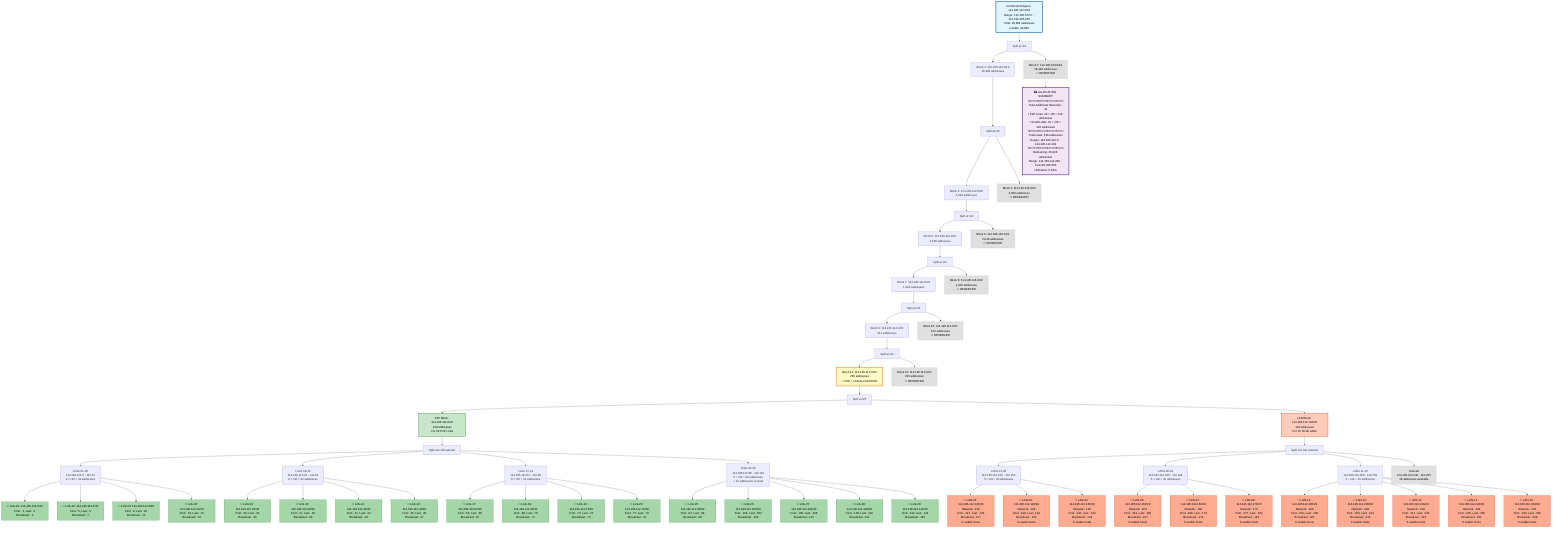
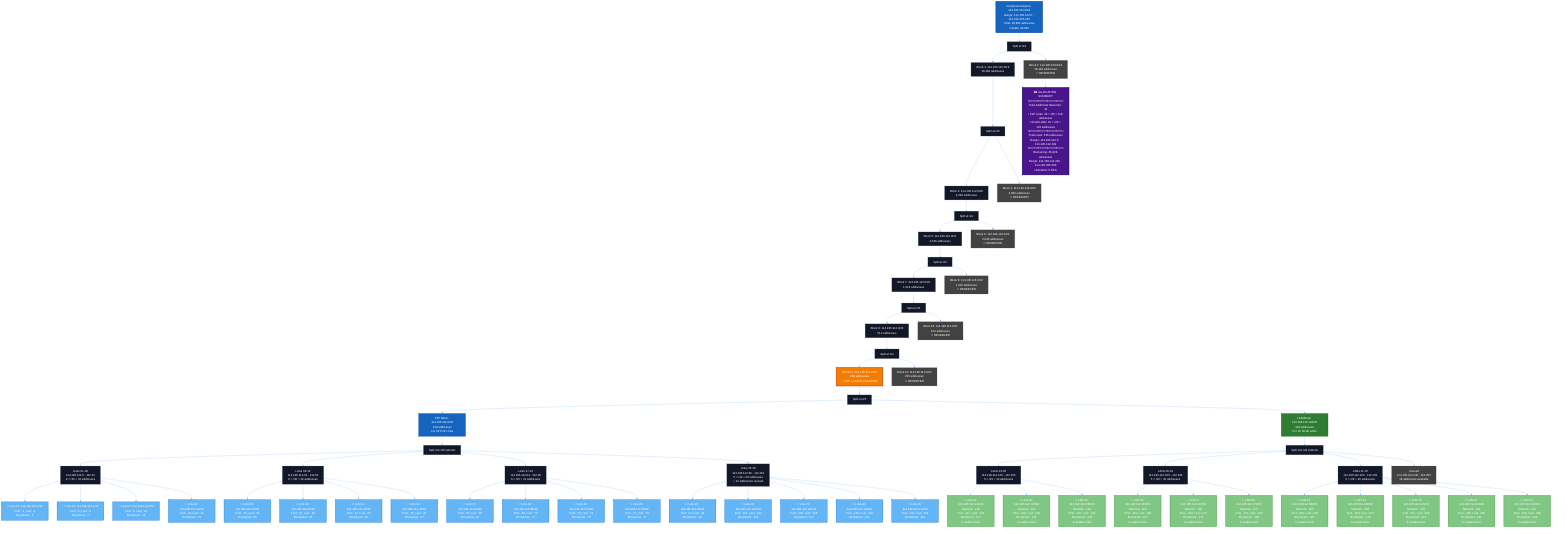
+ %%{init: {'theme':'dark', 'themeVariables': {'primaryColor':'#00695c','primaryTextColor':'#ffffff','primaryBorderColor':'#003d33','lineColor':'#60a5fa','secondaryColor':'#4a148c','tertiaryColor':'#1565c0','background':'#0a0e27','mainBkg':'#131829','secondBkg':'#0a0e27','textColor':'#f8fafc','border1':'#94a3b8','border2':'#60a5fa','noteBkgColor':'#1a237e','noteTextColor':'#ffffff','noteBorderColor':'#000051','actorBorder':'#a78bfa','actorBkg':'#00695c','actorTextColor':'#ffffff','actorLineColor':'#003d33','signalColor':'#22d3ee','signalTextColor':'#000000','labelBoxBkgColor':'#4a148c','labelBoxBorderColor':'#12005e','labelTextColor':'#ffffff','loopTextColor':'#f8fafc','activationBorderColor':'#a78bfa','activationBkgColor':'#1565c0','sequenceNumberColor':'#000000','sectionBkgColor':'#2e7d32','altBkgColor':'#1565c0','clusterBkg':'#4a148c','clusterBorder':'#12005e','defaultLinkColor':'#60a5fa','titleColor':'#a78bfa','edgeLabelBackground':'#131829','compositeTitleBackground':'#0a0e27','compositeBackground':'#131829'}}}%%
graph TD
    Root["Unallocated Space: 114.195.112.0/18<br/>Range: 114.195.112.0 - 114.195.255.255<br/>Total: 36,864 addresses<br/>Usable: 36,862"]

    Root --> Split1["Split at /19"]

    Split1 --> Block1["Block 1: 114.195.112.0/19<br/>16,384 addresses"]
    Split1 --> Block2["Block 2: 114.195.128.0/19<br/>16,384 addresses<br/>🔵 RESERVED"]

    Block1 --> Split2["Split at /20"]

    Split2 --> Block3["Block 3: 114.195.112.0/20<br/>4,096 addresses"]
    Split2 --> Block4["Block 4: 114.195.128.0/20<br/>4,096 addresses<br/>🔵 RESERVED"]

    Block3 --> Split3["Split at /21"]

    Split3 --> Block5["Block 5: 114.195.112.0/21<br/>2,048 addresses"]
    Split3 --> Block6["Block 6: 114.195.120.0/21<br/>2,048 addresses<br/>🔵 RESERVED"]

    Block5 --> Split4["Split at /22"]

    Split4 --> Block7["Block 7: 114.195.112.0/22<br/>1,024 addresses"]
    Split4 --> Block8["Block 8: 114.195.116.0/22<br/>1,024 addresses<br/>🔵 RESERVED"]

    Block7 --> Split5["Split at /23"]

    Split5 --> Block9["Block 9: 114.195.112.0/23<br/>512 addresses"]
    Split5 --> Block10["Block 10: 114.195.114.0/23<br/>512 addresses<br/>🔵 RESERVED"]

    Block9 --> Split6["Split at /24"]

    Split6 --> Block11["Block 11: 114.195.112.0/24<br/>256 addresses<br/>🎯 P2P + LAN ALLOCATION"]
    Split6 --> Block12["Block 12: 114.195.113.0/24<br/>256 addresses<br/>🔵 RESERVED"]

    Block11 --> Split7["Split at /25"]

    Split7 --> P2PBlock["P2P Block: 114.195.112.0/25<br/>128 addresses<br/>For 29 P2P Links"]
    Split7 --> LANBlock["LAN Block: 114.195.112.128/25<br/>128 addresses<br/>For 15 Small LANs"]

    %% P2P Links Breakdown
    P2PBlock --> P2P_Split1["Split into /30 subnets"]

    P2P_Split1 --> P2P_Group1["Links 01-08<br/>114.195.112.0 - 112.31<br/>8 × /30 = 32 addresses"]
    P2P_Split1 --> P2P_Group2["Links 09-16<br/>114.195.112.32 - 112.63<br/>8 × /30 = 32 addresses"]
    P2P_Split1 --> P2P_Group3["Links 17-24<br/>114.195.112.64 - 112.95<br/>8 × /30 = 32 addresses"]
    P2P_Split1 --> P2P_Group4["Links 25-29<br/>114.195.112.96 - 112.115<br/>5 × /30 = 20 addresses<br/>+ 12 addresses unused"]

    %% P2P Details - Group 1
    P2P_Group1 --> Link01["🔗 Link-01: 114.195.112.0/30<br/>First: .1, Last: .2<br/>Broadcast: .3"]
    P2P_Group1 --> Link02["🔗 Link-02: 114.195.112.4/30<br/>First: .5, Last: .6<br/>Broadcast: .7"]
    P2P_Group1 --> Link03["🔗 Link-03: 114.195.112.8/30<br/>First: .9, Last: .10<br/>Broadcast: .11"]
    P2P_Group1 --> Link04["🔗 Link-04: 114.195.112.12/30<br/>First: .13, Last: .14<br/>Broadcast: .15"]

    %% P2P Details - Group 2
    P2P_Group2 --> Link09["🔗 Link-09: 114.195.112.32/30<br/>First: .33, Last: .34<br/>Broadcast: .35"]
    P2P_Group2 --> Link10["🔗 Link-10: 114.195.112.36/30<br/>First: .37, Last: .38<br/>Broadcast: .39"]
    P2P_Group2 --> Link11["🔗 Link-11: 114.195.112.40/30<br/>First: .41, Last: .42<br/>Broadcast: .43"]
    P2P_Group2 --> Link12["🔗 Link-12: 114.195.112.44/30<br/>First: .45, Last: .46<br/>Broadcast: .47"]

    %% P2P Details - Group 3
    P2P_Group3 --> Link17["🔗 Link-17: 114.195.112.64/30<br/>First: .65, Last: .66<br/>Broadcast: .67"]
    P2P_Group3 --> Link18["🔗 Link-18: 114.195.112.68/30<br/>First: .69, Last: .70<br/>Broadcast: .71"]
    P2P_Group3 --> Link19["🔗 Link-19: 114.195.112.72/30<br/>First: .73, Last: .74<br/>Broadcast: .75"]
    P2P_Group3 --> Link20["🔗 Link-20: 114.195.112.76/30<br/>First: .77, Last: .78<br/>Broadcast: .79"]

    %% P2P Details - Group 4
    P2P_Group4 --> Link25["🔗 Link-25: 114.195.112.96/30<br/>First: .97, Last: .98<br/>Broadcast: .99"]
    P2P_Group4 --> Link26["🔗 Link-26: 114.195.112.100/30<br/>First: .101, Last: .102<br/>Broadcast: .103"]
    P2P_Group4 --> Link27["🔗 Link-27: 114.195.112.104/30<br/>First: .105, Last: .106<br/>Broadcast: .107"]
    P2P_Group4 --> Link28["🔗 Link-28: 114.195.112.108/30<br/>First: .109, Last: .110<br/>Broadcast: .111"]
    P2P_Group4 --> Link29["🔗 Link-29: 114.195.112.112/30<br/>First: .113, Last: .114<br/>Broadcast: .115"]

    %% LAN Networks Breakdown
    LANBlock --> LAN_Split1["Split into /29 subnets"]

    LAN_Split1 --> LAN_Group1["LANs 01-05<br/>114.195.112.120 - 112.159<br/>5 × /29 = 40 addresses"]
    LAN_Split1 --> LAN_Group2["LANs 06-10<br/>114.195.112.160 - 112.199<br/>5 × /29 = 40 addresses"]
    LAN_Split1 --> LAN_Group3["LANs 11-15<br/>114.195.112.200 - 112.239<br/>5 × /29 = 40 addresses"]
    LAN_Split1 --> LAN_Unused["Unused<br/>114.195.112.240 - 112.255<br/>16 addresses available"]

    %% LAN Details - Group 1
    LAN_Group1 --> LAN01["🏢 LAN-01: 114.195.112.120/29<br/>Network: .120<br/>First: .121, Last: .126<br/>Broadcast: .127<br/>6 usable hosts"]
    LAN_Group1 --> LAN02["🏢 LAN-02: 114.195.112.128/29<br/>Network: .128<br/>First: .129, Last: .134<br/>Broadcast: .135<br/>6 usable hosts"]
    LAN_Group1 --> LAN03["🏢 LAN-03: 114.195.112.136/29<br/>Network: .136<br/>First: .137, Last: .142<br/>Broadcast: .143<br/>6 usable hosts"]

    %% LAN Details - Group 2
    LAN_Group2 --> LAN06["🏢 LAN-06: 114.195.112.160/29<br/>Network: .160<br/>First: .161, Last: .166<br/>Broadcast: .167<br/>6 usable hosts"]
    LAN_Group2 --> LAN07["🏢 LAN-07: 114.195.112.168/29<br/>Network: .168<br/>First: .169, Last: .174<br/>Broadcast: .175<br/>6 usable hosts"]
    LAN_Group2 --> LAN08["🏢 LAN-08: 114.195.112.176/29<br/>Network: .176<br/>First: .177, Last: .182<br/>Broadcast: .183<br/>6 usable hosts"]

    %% LAN Details - Group 3
    LAN_Group3 --> LAN11["🏢 LAN-11: 114.195.112.200/29<br/>Network: .200<br/>First: .201, Last: .206<br/>Broadcast: .207<br/>6 usable hosts"]
    LAN_Group3 --> LAN12["🏢 LAN-12: 114.195.112.208/29<br/>Network: .208<br/>First: .209, Last: .214<br/>Broadcast: .215<br/>6 usable hosts"]
    LAN_Group3 --> LAN13["🏢 LAN-13: 114.195.112.216/29<br/>Network: .216<br/>First: .217, Last: .222<br/>Broadcast: .223<br/>6 usable hosts"]
    LAN_Group3 --> LAN14["🏢 LAN-14: 114.195.112.224/29<br/>Network: .224<br/>First: .225, Last: .230<br/>Broadcast: .231<br/>6 usable hosts"]
    LAN_Group3 --> LAN15["🏢 LAN-15: 114.195.112.232/29<br/>Network: .232<br/>First: .233, Last: .238<br/>Broadcast: .239<br/>6 usable hosts"]

    %% Summary Box
    Block2 -.-> Summary["📊 ALLOCATION SUMMARY<br/>━━━━━━━━━━━━━━━━━━━━<br/>Total Additional Networks: 44<br/>• P2P Links: 29 × /30 = 116 addresses<br/>• Small LANs: 15 × /29 = 120 addresses<br/>━━━━━━━━━━━━━━━━━━━━<br/>Total Used: 236 addresses<br/>Range: 114.195.112.0 - 114.195.112.239<br/>━━━━━━━━━━━━━━━━━━━━<br/>Remaining: 36,628 addresses<br/>Range: 114.195.112.240 - 114.195.255.255<br/>Utilization: 0.64%"]

-     style Root fill:#e1f5ff,stroke:#01579b,stroke-width:3px,color:#000
-     style Block11 fill:#fff9c4,stroke:#f57f17,stroke-width:3px,color:#000
-     style P2PBlock fill:#c8e6c9,stroke:#2e7d32,stroke-width:2px,color:#000
-     style LANBlock fill:#ffccbc,stroke:#d84315,stroke-width:2px,color:#000
-     style Summary fill:#f3e5f5,stroke:#4a148c,stroke-width:3px,color:#000
+     style Root fill:#1565c0,stroke:#0d47a1,stroke-width:3px,color:#fff
+     style Block11 fill:#f57c00,stroke:#bf360c,stroke-width:3px,color:#fff
+     style P2PBlock fill:#1565c0,stroke:#0d47a1,stroke-width:2px,color:#fff
+     style LANBlock fill:#2e7d32,stroke:#1b5e20,stroke-width:2px,color:#fff
+     style Summary fill:#4a148c,stroke:#12005e,stroke-width:3px,color:#fff

-     style Link01 fill:#a5d6a7,stroke:#2e7d32,color:#000
-     style Link02 fill:#a5d6a7,stroke:#2e7d32,color:#000
-     style Link03 fill:#a5d6a7,stroke:#2e7d32,color:#000
-     style Link04 fill:#a5d6a7,stroke:#2e7d32,color:#000
-     style Link09 fill:#a5d6a7,stroke:#2e7d32,color:#000
-     style Link10 fill:#a5d6a7,stroke:#2e7d32,color:#000
-     style Link11 fill:#a5d6a7,stroke:#2e7d32,color:#000
-     style Link12 fill:#a5d6a7,stroke:#2e7d32,color:#000
-     style Link17 fill:#a5d6a7,stroke:#2e7d32,color:#000
-     style Link18 fill:#a5d6a7,stroke:#2e7d32,color:#000
-     style Link19 fill:#a5d6a7,stroke:#2e7d32,color:#000
-     style Link20 fill:#a5d6a7,stroke:#2e7d32,color:#000
-     style Link25 fill:#a5d6a7,stroke:#2e7d32,color:#000
-     style Link26 fill:#a5d6a7,stroke:#2e7d32,color:#000
-     style Link27 fill:#a5d6a7,stroke:#2e7d32,color:#000
-     style Link28 fill:#a5d6a7,stroke:#2e7d32,color:#000
-     style Link29 fill:#a5d6a7,stroke:#2e7d32,color:#000
+     style Link01 fill:#64b5f6,stroke:#1976d2,stroke-width:2px,color:#fff
+     style Link02 fill:#64b5f6,stroke:#1976d2,stroke-width:2px,color:#fff
+     style Link03 fill:#64b5f6,stroke:#1976d2,stroke-width:2px,color:#fff
+     style Link04 fill:#64b5f6,stroke:#1976d2,stroke-width:2px,color:#fff
+     style Link09 fill:#64b5f6,stroke:#1976d2,stroke-width:2px,color:#fff
+     style Link10 fill:#64b5f6,stroke:#1976d2,stroke-width:2px,color:#fff
+     style Link11 fill:#64b5f6,stroke:#1976d2,stroke-width:2px,color:#fff
+     style Link12 fill:#64b5f6,stroke:#1976d2,stroke-width:2px,color:#fff
+     style Link17 fill:#64b5f6,stroke:#1976d2,stroke-width:2px,color:#fff
+     style Link18 fill:#64b5f6,stroke:#1976d2,stroke-width:2px,color:#fff
+     style Link19 fill:#64b5f6,stroke:#1976d2,stroke-width:2px,color:#fff
+     style Link20 fill:#64b5f6,stroke:#1976d2,stroke-width:2px,color:#fff
+     style Link25 fill:#64b5f6,stroke:#1976d2,stroke-width:2px,color:#fff
+     style Link26 fill:#64b5f6,stroke:#1976d2,stroke-width:2px,color:#fff
+     style Link27 fill:#64b5f6,stroke:#1976d2,stroke-width:2px,color:#fff
+     style Link28 fill:#64b5f6,stroke:#1976d2,stroke-width:2px,color:#fff
+     style Link29 fill:#64b5f6,stroke:#1976d2,stroke-width:2px,color:#fff

-     style LAN01 fill:#ffab91,stroke:#d84315,color:#000
-     style LAN02 fill:#ffab91,stroke:#d84315,color:#000
-     style LAN03 fill:#ffab91,stroke:#d84315,color:#000
-     style LAN06 fill:#ffab91,stroke:#d84315,color:#000
-     style LAN07 fill:#ffab91,stroke:#d84315,color:#000
-     style LAN08 fill:#ffab91,stroke:#d84315,color:#000
-     style LAN11 fill:#ffab91,stroke:#d84315,color:#000
-     style LAN12 fill:#ffab91,stroke:#d84315,color:#000
-     style LAN13 fill:#ffab91,stroke:#d84315,color:#000
-     style LAN14 fill:#ffab91,stroke:#d84315,color:#000
-     style LAN15 fill:#ffab91,stroke:#d84315,color:#000
+     style LAN01 fill:#81c784,stroke:#388e3c,stroke-width:2px,color:#fff
+     style LAN02 fill:#81c784,stroke:#388e3c,stroke-width:2px,color:#fff
+     style LAN03 fill:#81c784,stroke:#388e3c,stroke-width:2px,color:#fff
+     style LAN06 fill:#81c784,stroke:#388e3c,stroke-width:2px,color:#fff
+     style LAN07 fill:#81c784,stroke:#388e3c,stroke-width:2px,color:#fff
+     style LAN08 fill:#81c784,stroke:#388e3c,stroke-width:2px,color:#fff
+     style LAN11 fill:#81c784,stroke:#388e3c,stroke-width:2px,color:#fff
+     style LAN12 fill:#81c784,stroke:#388e3c,stroke-width:2px,color:#fff
+     style LAN13 fill:#81c784,stroke:#388e3c,stroke-width:2px,color:#fff
+     style LAN14 fill:#81c784,stroke:#388e3c,stroke-width:2px,color:#fff
+     style LAN15 fill:#81c784,stroke:#388e3c,stroke-width:2px,color:#fff

-     style Block2 fill:#e0e0e0,stroke:#757575,stroke-dasharray: 5 5,color:#000
-     style Block4 fill:#e0e0e0,stroke:#757575,stroke-dasharray: 5 5,color:#000
-     style Block6 fill:#e0e0e0,stroke:#757575,stroke-dasharray: 5 5,color:#000
-     style Block8 fill:#e0e0e0,stroke:#757575,stroke-dasharray: 5 5,color:#000
-     style Block10 fill:#e0e0e0,stroke:#757575,stroke-dasharray: 5 5,color:#000
-     style Block12 fill:#e0e0e0,stroke:#757575,stroke-dasharray: 5 5,color:#000
-     style LAN_Unused fill:#e0e0e0,stroke:#757575,stroke-dasharray: 5 5,color:#000+     style Block2 fill:#424242,stroke:#616161,stroke-dasharray: 5 5,color:#fff
+     style Block4 fill:#424242,stroke:#616161,stroke-dasharray: 5 5,color:#fff
+     style Block6 fill:#424242,stroke:#616161,stroke-dasharray: 5 5,color:#fff
+     style Block8 fill:#424242,stroke:#616161,stroke-dasharray: 5 5,color:#fff
+     style Block10 fill:#424242,stroke:#616161,stroke-dasharray: 5 5,color:#fff
+     style Block12 fill:#424242,stroke:#616161,stroke-dasharray: 5 5,color:#fff
+     style LAN_Unused fill:#424242,stroke:#616161,stroke-dasharray: 5 5,color:#fff